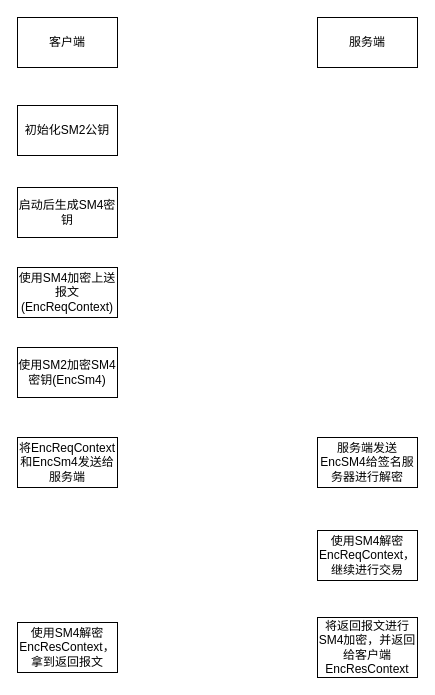
The draw.io diagram page "GMContextEncode" (7 of 7) of Untitled Diagram.drawio in xianyuenan/Testgit, before the edit. Source tidied: cells renumbered, new cells numbered last; positions are measured from the earlier drawing's top-left corner, leaving out a move shared by most shapes. Both pictures are drawn from the tidied source at 100%, with x=0, y=0 at pixel (17, 17).
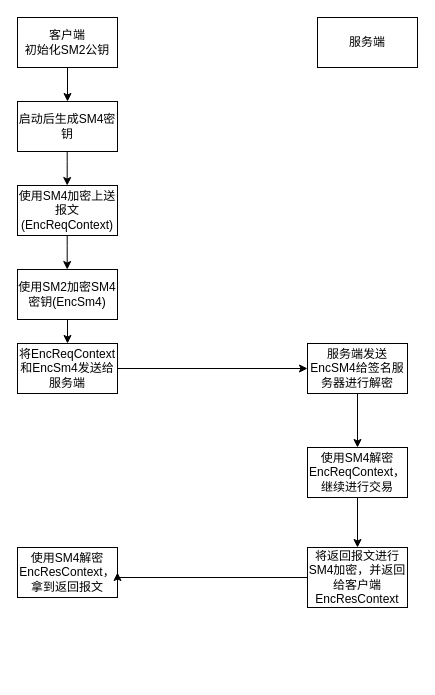
Above is the later version.

What changed in the source:
```diff
@@
-    <mxCell id="2" value="客户端" style="rounded=0;whiteSpace=wrap;html=1;" parent="1" vertex="1">
+    <mxCell id="2" value="客户端&lt;br&gt;初始化SM2公钥" style="rounded=0;whiteSpace=wrap;html=1;" parent="1" vertex="1">
       <mxGeometry width="100" height="50" as="geometry" />
     </mxCell>
@@
-    <mxCell id="4" value="初始化SM2公钥" style="rounded=0;whiteSpace=wrap;html=1;" parent="1" vertex="1">
-      <mxGeometry y="88" width="100" height="50" as="geometry" />
-    </mxCell>
     <mxCell id="5" value="启动后生成SM4密钥" style="rounded=0;whiteSpace=wrap;html=1;" parent="1" vertex="1">
-      <mxGeometry y="170" width="100" height="50" as="geometry" />
+      <mxGeometry y="84" width="100" height="50" as="geometry" />
     </mxCell>
     <mxCell id="6" value="使用SM4加密上送报文(EncReqContext)" style="rounded=0;whiteSpace=wrap;html=1;" parent="1" vertex="1">
-      <mxGeometry y="250" width="100" height="50" as="geometry" />
+      <mxGeometry y="168" width="100" height="50" as="geometry" />
     </mxCell>
     <mxCell id="7" value="使用SM2加密SM4密钥(EncSm4)" style="rounded=0;whiteSpace=wrap;html=1;" parent="1" vertex="1">
-      <mxGeometry y="330" width="100" height="50" as="geometry" />
+      <mxGeometry y="252" width="100" height="50" as="geometry" />
     </mxCell>
     <mxCell id="8" value="将EncReqContext和EncSm4发送给服务端" style="rounded=0;whiteSpace=wrap;html=1;" parent="1" vertex="1">
-      <mxGeometry y="420" width="100" height="50" as="geometry" />
+      <mxGeometry y="326" width="100" height="50" as="geometry" />
     </mxCell>
     <mxCell id="9" value="服务端发送EncSM4给签名服务器进行解密" style="rounded=0;whiteSpace=wrap;html=1;" parent="1" vertex="1">
-      <mxGeometry x="300" y="420" width="100" height="50" as="geometry" />
+      <mxGeometry x="290" y="326" width="100" height="50" as="geometry" />
     </mxCell>
     <mxCell id="10" value="使用SM4解密EncReqContext，继续进行交易" style="rounded=0;whiteSpace=wrap;html=1;" parent="1" vertex="1">
-      <mxGeometry x="300" y="513" width="100" height="50" as="geometry" />
+      <mxGeometry x="290" y="430" width="100" height="50" as="geometry" />
     </mxCell>
     <mxCell id="11" value="将返回报文进行SM4加密，并返回给客户端EncResContext" style="rounded=0;whiteSpace=wrap;html=1;" parent="1" vertex="1">
-      <mxGeometry x="300" y="600" width="100" height="60" as="geometry" />
+      <mxGeometry x="290" y="530" width="100" height="60" as="geometry" />
     </mxCell>
     <mxCell id="12" value="使用SM4解密EncResContext，拿到返回报文" style="rounded=0;whiteSpace=wrap;html=1;" parent="1" vertex="1">
-      <mxGeometry y="605" width="100" height="50" as="geometry" />
+      <mxGeometry y="530" width="100" height="50" as="geometry" />
     </mxCell>
+    <mxCell id="13" style="edgeStyle=segmentEdgeStyle;endArrow=classic;html=1;rounded=0;exitX=0.5;exitY=1;exitDx=0;exitDy=0;" parent="1" edge="1" source="2" target="5">
+      <mxGeometry relative="1" as="geometry" />
+    </mxCell>
+    <mxCell id="14" style="edgeStyle=segmentEdgeStyle;endArrow=classic;html=1;rounded=0;exitX=0.5;exitY=1;exitDx=0;exitDy=0;" parent="1" edge="1">
+      <mxGeometry relative="1" as="geometry">
+        <mxPoint x="49.7" y="134" as="sourcePoint" />
+        <mxPoint x="49.7" y="168" as="targetPoint" />
+        <Array as="points">
+          <mxPoint x="49.7" y="144" />
+          <mxPoint x="49.7" y="144" />
+        </Array>
+      </mxGeometry>
+    </mxCell>
+    <mxCell id="15" style="edgeStyle=segmentEdgeStyle;endArrow=classic;html=1;rounded=0;exitX=0.5;exitY=1;exitDx=0;exitDy=0;" parent="1" edge="1">
+      <mxGeometry relative="1" as="geometry">
+        <mxPoint x="49.7" y="218" as="sourcePoint" />
+        <mxPoint x="49.7" y="252" as="targetPoint" />
+        <Array as="points">
+          <mxPoint x="49.7" y="228" />
+          <mxPoint x="49.7" y="228" />
+        </Array>
+      </mxGeometry>
+    </mxCell>
+    <mxCell id="16" style="edgeStyle=segmentEdgeStyle;endArrow=classic;html=1;rounded=0;exitX=0.5;exitY=1;exitDx=0;exitDy=0;entryX=0.5;entryY=0;entryDx=0;entryDy=0;" parent="1" edge="1" source="7" target="8">
+      <mxGeometry relative="1" as="geometry" />
+    </mxCell>
+    <mxCell id="17" style="edgeStyle=segmentEdgeStyle;endArrow=classic;html=1;rounded=0;exitX=1;exitY=0.5;exitDx=0;exitDy=0;" parent="1" edge="1" source="8">
+      <mxGeometry relative="1" as="geometry">
+        <mxPoint x="290" y="351" as="targetPoint" />
+      </mxGeometry>
+    </mxCell>
+    <mxCell id="18" style="edgeStyle=segmentEdgeStyle;endArrow=classic;html=1;rounded=0;exitX=0.5;exitY=1;exitDx=0;exitDy=0;entryX=0.5;entryY=0;entryDx=0;entryDy=0;" parent="1" edge="1" source="9" target="10">
+      <mxGeometry relative="1" as="geometry" />
+    </mxCell>
+    <mxCell id="19" style="edgeStyle=segmentEdgeStyle;endArrow=classic;html=1;rounded=0;exitX=0.5;exitY=1;exitDx=0;exitDy=0;entryX=0.5;entryY=0;entryDx=0;entryDy=0;" parent="1" edge="1" source="10" target="11">
+      <mxGeometry relative="1" as="geometry" />
+    </mxCell>
+    <mxCell id="20" style="edgeStyle=segmentEdgeStyle;endArrow=classic;html=1;rounded=0;exitX=0;exitY=0.5;exitDx=0;exitDy=0;entryX=1;entryY=0.5;entryDx=0;entryDy=0;" parent="1" edge="1" source="11" target="12">
+      <mxGeometry relative="1" as="geometry" />
+    </mxCell>
```
